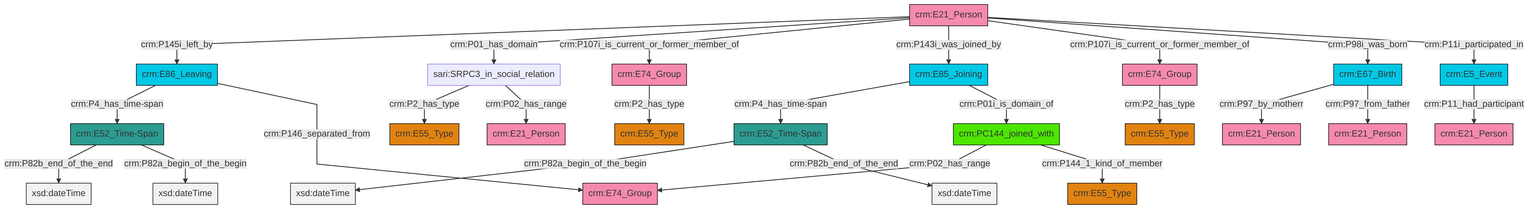
The Mermaid diagram et/personCSV/ttl/mmd/png/Person_Actor_Relations.png in swiss-art-research-net/docs.swissartresearch, before a commit. Its source is kept beside it as et/personCSV/ttl/mmd/Person_Actor_Relations.ttl.mmd.
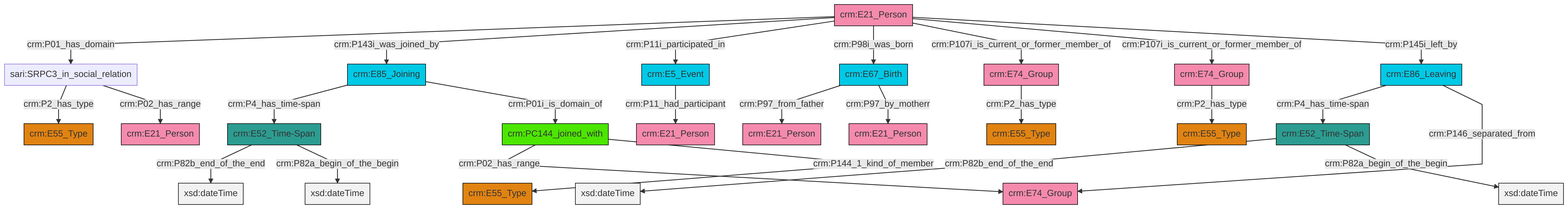
The same diagram one commit later.

Diff of the diagram source:
```diff
@@ -13,27 +13,27 @@
 classDef PC_Classes fill:#4ce600, stroke:#000000;
 classDef Multi fill:#cccccc,stroke:#000000;
 
-0["crm:E86_Leaving"]:::Temporal_Entity -->|crm:P4_has_time-span| 1["crm:E52_Time-Span"]:::Time-Span
-4["crm:E52_Time-Span"]:::Time-Span -->|crm:P82a_begin_of_the_begin| 5[xsd:dateTime]:::Literal
-10["crm:E21_Person"]:::Actor -->|crm:P145i_left_by| 0["crm:E86_Leaving"]:::Temporal_Entity
-10["crm:E21_Person"]:::Actor -->|crm:P01_has_domain| 16["sari:SRPC3_in_social_relation"]:::Default
-10["crm:E21_Person"]:::Actor -->|crm:P107i_is_current_or_former_member_of| 21["crm:E74_Group"]:::Actor
-1["crm:E52_Time-Span"]:::Time-Span -->|crm:P82b_end_of_the_end| 22[xsd:dateTime]:::Literal
-4["crm:E52_Time-Span"]:::Time-Span -->|crm:P82b_end_of_the_end| 23[xsd:dateTime]:::Literal
-16["sari:SRPC3_in_social_relation"]:::Default -->|crm:P2_has_type| 17["crm:E55_Type"]:::Type
-10["crm:E21_Person"]:::Actor -->|crm:P143i_was_joined_by| 25["crm:E85_Joining"]:::Temporal_Entity
-10["crm:E21_Person"]:::Actor -->|crm:P107i_is_current_or_former_member_of| 30["crm:E74_Group"]:::Actor
-25["crm:E85_Joining"]:::Temporal_Entity -->|crm:P4_has_time-span| 4["crm:E52_Time-Span"]:::Time-Span
-31["crm:E67_Birth"]:::Temporal_Entity -->|crm:P97_by_motherr| 32["crm:E21_Person"]:::Actor
-28["crm:E5_Event"]:::Temporal_Entity -->|crm:P11_had_participant| 2["crm:E21_Person"]:::Actor
-10["crm:E21_Person"]:::Actor -->|crm:P98i_was_born| 31["crm:E67_Birth"]:::Temporal_Entity
-1["crm:E52_Time-Span"]:::Time-Span -->|crm:P82a_begin_of_the_begin| 36[xsd:dateTime]:::Literal
-38["crm:PC144_joined_with"]:::PC_Classes -->|crm:P02_has_range| 14["crm:E74_Group"]:::Actor
-10["crm:E21_Person"]:::Actor -->|crm:P11i_participated_in| 28["crm:E5_Event"]:::Temporal_Entity
-21["crm:E74_Group"]:::Actor -->|crm:P2_has_type| 6["crm:E55_Type"]:::Type
-38["crm:PC144_joined_with"]:::PC_Classes -->|crm:P144_1_kind_of_member| 26["crm:E55_Type"]:::Type
-30["crm:E74_Group"]:::Actor -->|crm:P2_has_type| 8["crm:E55_Type"]:::Type
-25["crm:E85_Joining"]:::Temporal_Entity -->|crm:P01i_is_domain_of| 38["crm:PC144_joined_with"]:::PC_Classes
-31["crm:E67_Birth"]:::Temporal_Entity -->|crm:P97_from_father| 12["crm:E21_Person"]:::Actor
-16["sari:SRPC3_in_social_relation"]:::Default -->|crm:P02_has_range| 44["crm:E21_Person"]:::Actor
-0["crm:E86_Leaving"]:::Temporal_Entity -->|crm:P146_separated_from| 14["crm:E74_Group"]:::Actor
+8["crm:E21_Person"]:::Actor -->|crm:P01_has_domain| 9["sari:SRPC3_in_social_relation"]:::Default
+10["crm:E86_Leaving"]:::Temporal_Entity -->|crm:P4_has_time-span| 11["crm:E52_Time-Span"]:::Time-Span
+9["sari:SRPC3_in_social_relation"]:::Default -->|crm:P2_has_type| 12["crm:E55_Type"]:::Type
+11["crm:E52_Time-Span"]:::Time-Span -->|crm:P82b_end_of_the_end| 14[xsd:dateTime]:::Literal
+8["crm:E21_Person"]:::Actor -->|crm:P143i_was_joined_by| 16["crm:E85_Joining"]:::Temporal_Entity
+9["sari:SRPC3_in_social_relation"]:::Default -->|crm:P02_has_range| 20["crm:E21_Person"]:::Actor
+8["crm:E21_Person"]:::Actor -->|crm:P11i_participated_in| 21["crm:E5_Event"]:::Temporal_Entity
+8["crm:E21_Person"]:::Actor -->|crm:P98i_was_born| 23["crm:E67_Birth"]:::Temporal_Entity
+21["crm:E5_Event"]:::Temporal_Entity -->|crm:P11_had_participant| 4["crm:E21_Person"]:::Actor
+0["crm:PC144_joined_with"]:::PC_Classes -->|crm:P02_has_range| 28["crm:E74_Group"]:::Actor
+11["crm:E52_Time-Span"]:::Time-Span -->|crm:P82a_begin_of_the_begin| 29[xsd:dateTime]:::Literal
+16["crm:E85_Joining"]:::Temporal_Entity -->|crm:P4_has_time-span| 30["crm:E52_Time-Span"]:::Time-Span
+17["crm:E74_Group"]:::Actor -->|crm:P2_has_type| 31["crm:E55_Type"]:::Type
+8["crm:E21_Person"]:::Actor -->|crm:P107i_is_current_or_former_member_of| 17["crm:E74_Group"]:::Actor
+0["crm:PC144_joined_with"]:::PC_Classes -->|crm:P144_1_kind_of_member| 32["crm:E55_Type"]:::Type
+8["crm:E21_Person"]:::Actor -->|crm:P107i_is_current_or_former_member_of| 2["crm:E74_Group"]:::Actor
+23["crm:E67_Birth"]:::Temporal_Entity -->|crm:P97_from_father| 33["crm:E21_Person"]:::Actor
+8["crm:E21_Person"]:::Actor -->|crm:P145i_left_by| 10["crm:E86_Leaving"]:::Temporal_Entity
+16["crm:E85_Joining"]:::Temporal_Entity -->|crm:P01i_is_domain_of| 0["crm:PC144_joined_with"]:::PC_Classes
+23["crm:E67_Birth"]:::Temporal_Entity -->|crm:P97_by_motherr| 25["crm:E21_Person"]:::Actor
+30["crm:E52_Time-Span"]:::Time-Span -->|crm:P82b_end_of_the_end| 37[xsd:dateTime]:::Literal
+2["crm:E74_Group"]:::Actor -->|crm:P2_has_type| 6["crm:E55_Type"]:::Type
+10["crm:E86_Leaving"]:::Temporal_Entity -->|crm:P146_separated_from| 28["crm:E74_Group"]:::Actor
+30["crm:E52_Time-Span"]:::Time-Span -->|crm:P82a_begin_of_the_begin| 46[xsd:dateTime]:::Literal
```
